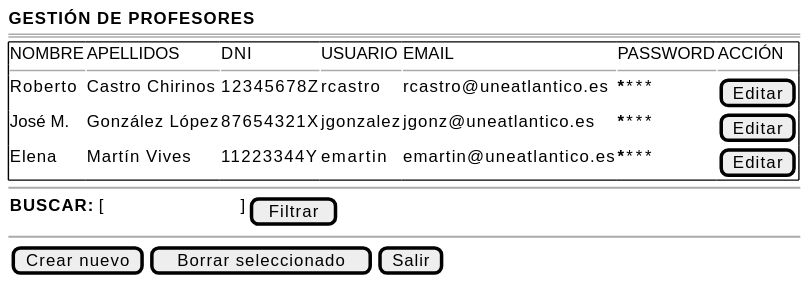
Before: documents/casos-de-uso/prototipadoCasosDeUso/verDocentes/verDocentes.svg, a diagram exported from PlantUML (martinlopez7/25-26-IdSw1-SdR).
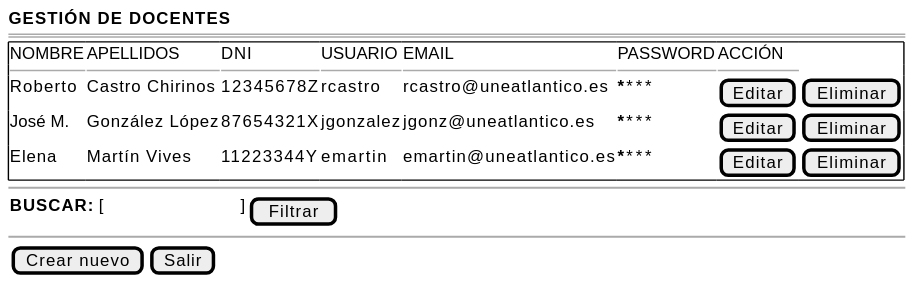
After the change.

The edit, as a diff of the source:
```diff
@@ -1,16 +1,16 @@
 @startsalt docentes-wireframe
 {
-<b>GESTIÓN DE PROFESORES</b>
+<b>GESTIÓN DE DOCENTES</b>
 ===
 {+ NOMBRE| APELLIDOS| DNI|  USUARIO| EMAIL| PASSWORD | ACCIÓN
  --|--|--|--|--|--|--
-  Roberto | Castro Chirinos | 12345678Z | rcastro | rcastro@uneatlantico.es | ******** | [Editar]
-  José M. | González López | 87654321X | jgonzalez | jgonz@uneatlantico.es | ******** | [Editar]
-  Elena | Martín Vives | 11223344Y | emartin | emartin@uneatlantico.es | ******** | [Editar]
+  Roberto | Castro Chirinos | 12345678Z | rcastro | rcastro@uneatlantico.es | ******** | [Editar] | [Eliminar]
+  José M. | González López | 87654321X | jgonzalez | jgonz@uneatlantico.es | ******** | [Editar] | [Eliminar]
+  Elena | Martín Vives | 11223344Y | emartin | emartin@uneatlantico.es | ******** | [Editar] | [Eliminar]
 }
 ~~
 {<b>BUSCAR:</b> [                         ] | [Filtrar]}
 ~~
-{[Crear nuevo] | [Borrar seleccionado] | [Salir]}
+{[Crear nuevo] | [Salir]}
 }
 @endsalt
```
